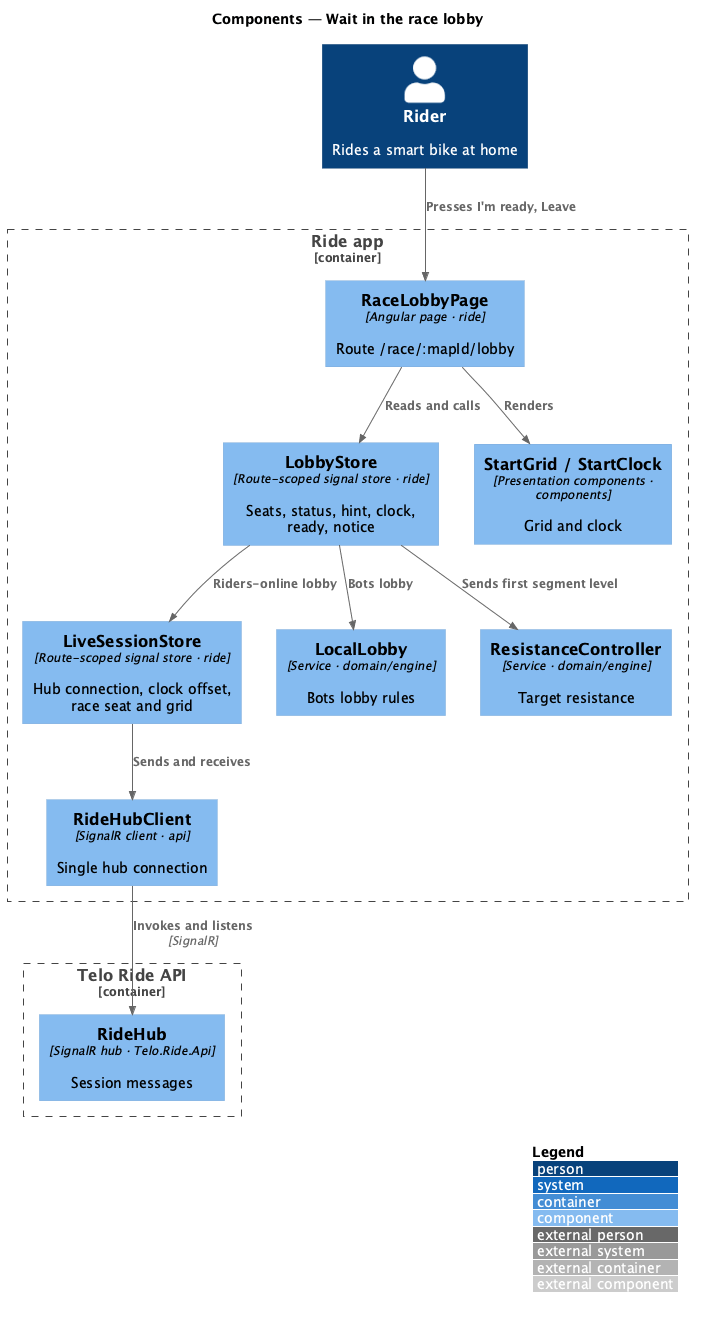
Above: docs/detailed-designs/race/wait-in-the-race-lobby/diagrams/c4-component.png in QuinntyneBrown/wattzup (PlantUML), before the change. Source of this version:
```plantuml
@startuml
!include <C4/C4_Component>
LAYOUT_WITH_LEGEND()
title Components — Wait in the race lobby
Person(rider, "Rider", "Rides a smart bike at home")
Container_Boundary(app, "Ride app") {
  Component(page, "RaceLobbyPage", "Angular page · ride", "Route /race/:mapId/lobby")
  Component(store, "LobbyStore", "Route-scoped signal store · ride", "Seats, status, hint, clock, ready, notice")
  Component(session, "LiveSessionStore", "Route-scoped signal store · ride", "Hub connection, clock offset, race seat and grid")
  Component(local, "LocalLobby", "Service · domain/engine", "Bots lobby rules")
  Component(res, "ResistanceController", "Service · domain/engine", "Target resistance")
  Component(ui, "StartGrid / StartClock", "Presentation components · components", "Grid and clock")
  Component(hub, "RideHubClient", "SignalR client · api", "Single hub connection")
}
Container_Boundary(api, "Telo Ride API") {
  Component(ridehub, "RideHub", "SignalR hub · Telo.Ride.Api", "Session messages")
}
Rel(rider, page, "Presses I'm ready, Leave")
Rel(page, store, "Reads and calls")
Rel(page, ui, "Renders")
Rel(store, local, "Bots lobby")
Rel(store, session, "Riders-online lobby")
Rel(store, res, "Sends first segment level")
Rel(session, hub, "Sends and receives")
Rel(hub, ridehub, "Invokes and listens", "SignalR")
@enduml
```
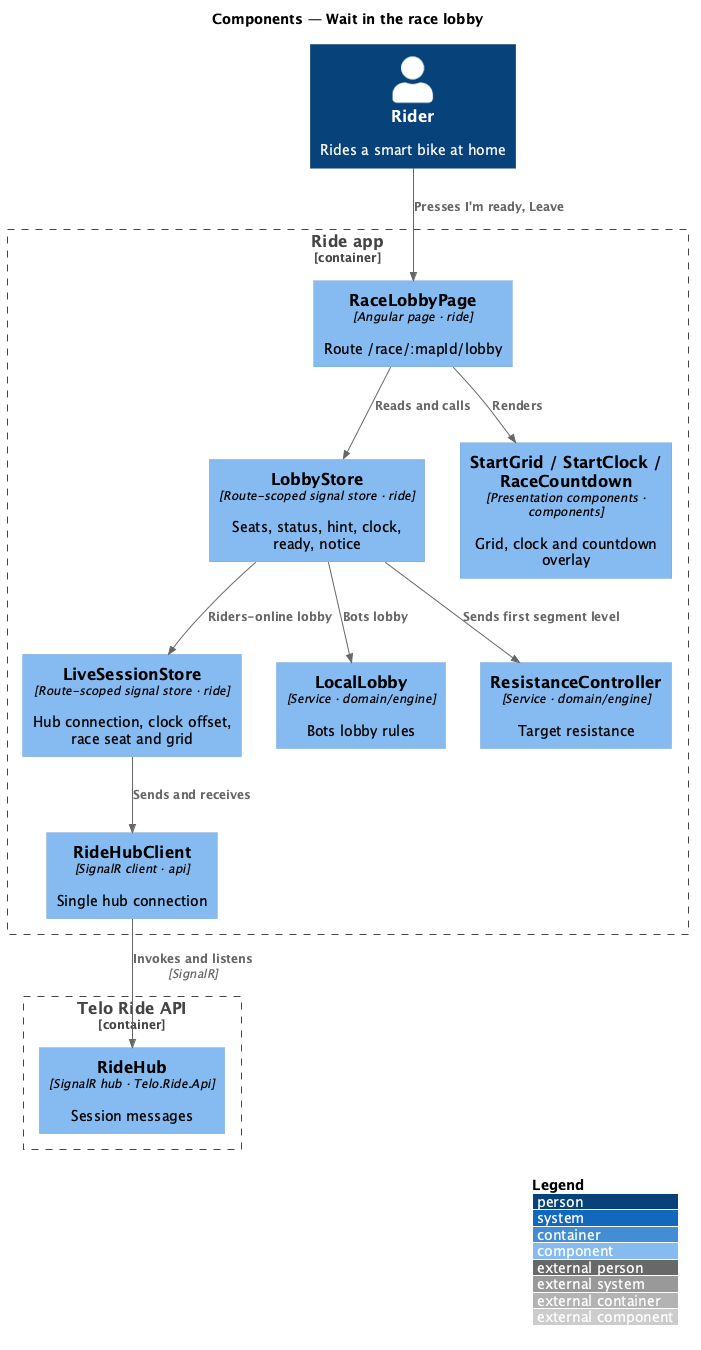
The same diagram one commit later.

The edit, as a diff of the source:
```diff
@@ -9,7 +9,7 @@
   Component(session, "LiveSessionStore", "Route-scoped signal store · ride", "Hub connection, clock offset, race seat and grid")
   Component(local, "LocalLobby", "Service · domain/engine", "Bots lobby rules")
   Component(res, "ResistanceController", "Service · domain/engine", "Target resistance")
-  Component(ui, "StartGrid / StartClock", "Presentation components · components", "Grid and clock")
+  Component(ui, "StartGrid / StartClock / RaceCountdown", "Presentation components · components", "Grid, clock and countdown overlay")
   Component(hub, "RideHubClient", "SignalR client · api", "Single hub connection")
 }
 Container_Boundary(api, "Telo Ride API") {
```
